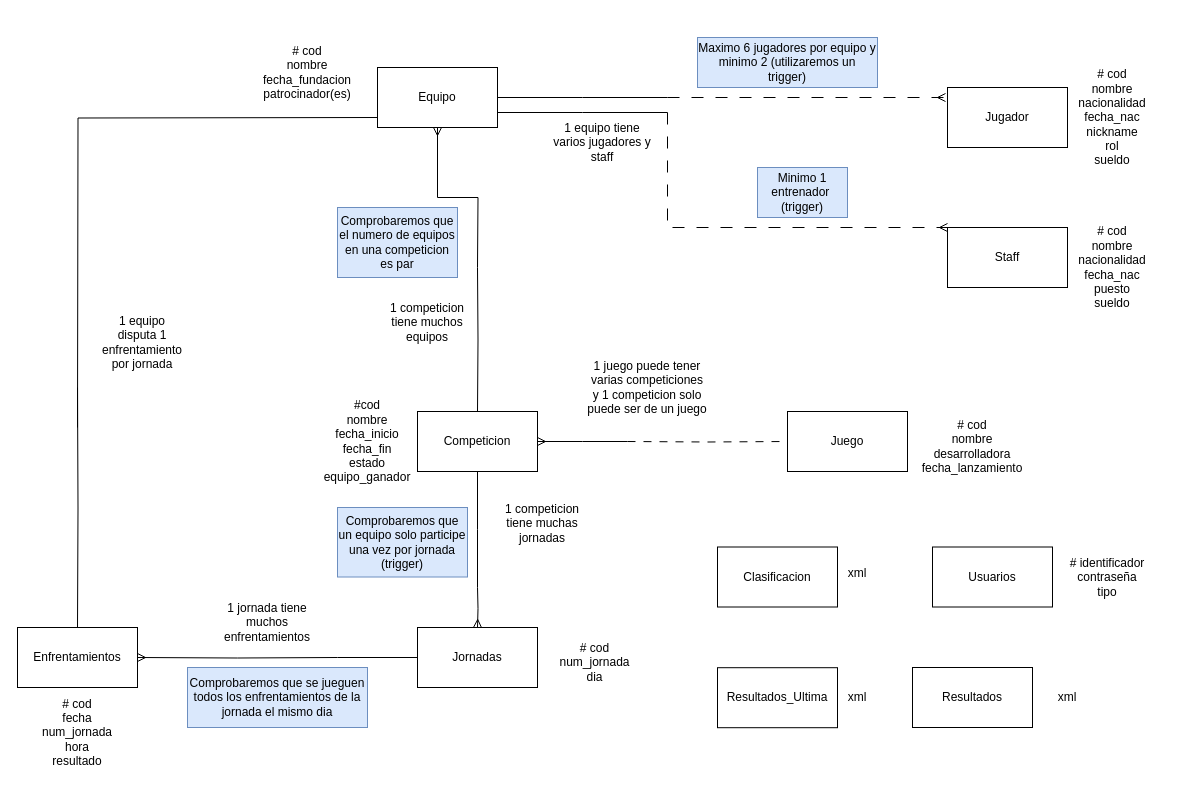
Before: Base de Datos/Fase 1/MER.drawio in ByteBrawl-Consulting/Consultoria-E-Sports, a draw.io diagram. Source tidied: cells renumbered, new cells numbered last; positions are measured from the earlier drawing's top-left corner, leaving out a move shared by most shapes. Both pictures are drawn from the tidied source at 100%, with x=0, y=0 at pixel (17, 27).
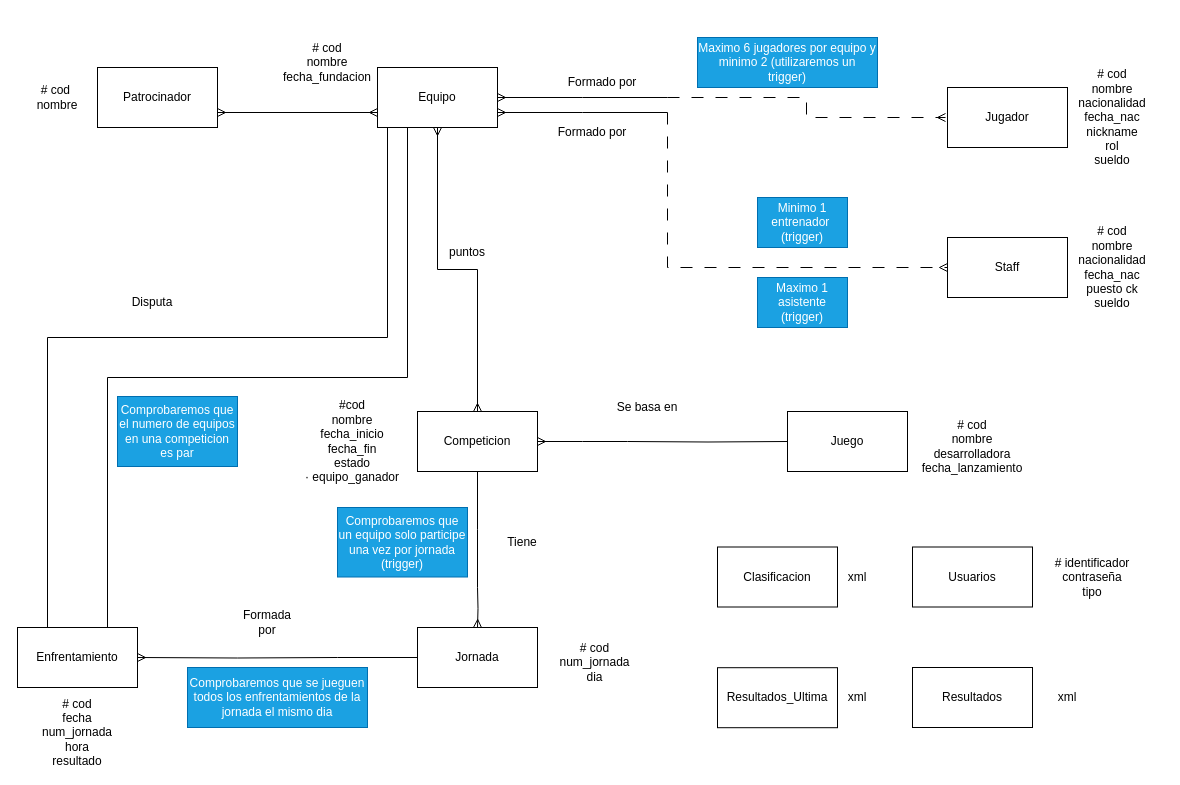
The same page after the edit.

The change refers to these unchanged cells:
```xml
<mxCell id="6" value="Equipo" style="rounded=0;whiteSpace=wrap;html=1;" parent="1" vertex="1">
  <mxGeometry x="360" y="40" width="120" height="60" as="geometry" />
</mxCell>
<mxCell id="13" value="Competicion" style="rounded=0;whiteSpace=wrap;html=1;" parent="1" vertex="1">
  <mxGeometry x="400" y="384" width="120" height="60" as="geometry" />
</mxCell>
<mxCell id="15" value="Juego" style="rounded=0;whiteSpace=wrap;html=1;" parent="1" vertex="1">
  <mxGeometry x="770" y="384" width="120" height="60" as="geometry" />
</mxCell>
```

What changed in the source:
```diff
@@
-    <mxCell id="2" style="edgeStyle=orthogonalEdgeStyle;rounded=0;jettySize=auto;html=1;exitX=1;exitY=0.5;exitDx=0;exitDy=0;endArrow=none;endFill=0;" parent="1" edge="1" source="6">
+    <mxCell id="2" style="edgeStyle=orthogonalEdgeStyle;rounded=0;jettySize=auto;html=1;exitX=1;exitY=0.5;exitDx=0;exitDy=0;endArrow=none;endFill=0;startArrow=ERmany;startFill=0;" parent="1" edge="1" source="6">
       <mxGeometry relative="1" as="geometry">
         <mxPoint x="650" y="70" as="targetPoint" />
       </mxGeometry>
     </mxCell>
-    <mxCell id="3" style="edgeStyle=orthogonalEdgeStyle;rounded=0;jettySize=auto;html=1;exitX=0.5;exitY=1;exitDx=0;exitDy=0;entryX=0.5;entryY=0;entryDx=0;entryDy=0;endArrow=none;endFill=0;startArrow=ERmany;startFill=0;" parent="1" edge="1" source="6">
-      <mxGeometry relative="1" as="geometry">
-        <mxPoint x="460" y="240" as="targetPoint" />
-      </mxGeometry>
-    </mxCell>
-    <mxCell id="4" style="edgeStyle=orthogonalEdgeStyle;rounded=0;orthogonalLoop=1;jettySize=auto;html=1;exitX=0;exitY=0.5;exitDx=0;exitDy=0;endArrow=none;endFill=0;startArrow=none;startFill=0;" parent="1" edge="1">
-      <mxGeometry relative="1" as="geometry">
-        <mxPoint x="360" y="90" as="sourcePoint" />
-        <mxPoint x="60" y="400" as="targetPoint" />
-      </mxGeometry>
-    </mxCell>
-    <mxCell id="5" style="edgeStyle=orthogonalEdgeStyle;rounded=0;jettySize=auto;html=1;exitX=1;exitY=0.75;exitDx=0;exitDy=0;endArrow=none;endFill=0;" parent="1" edge="1" source="6">
+    <mxCell id="5" style="edgeStyle=orthogonalEdgeStyle;rounded=0;jettySize=auto;html=1;exitX=1;exitY=0.75;exitDx=0;exitDy=0;endArrow=none;endFill=0;startArrow=ERmany;startFill=0;" parent="1" edge="1" source="6">
       <mxGeometry relative="1" as="geometry">
         <mxPoint x="650" y="85" as="targetPoint" />
       </mxGeometry>
     </mxCell>
+    <mxCell id="49" style="edgeStyle=orthogonalEdgeStyle;rounded=0;jettySize=auto;html=1;exitX=0;exitY=0.75;exitDx=0;exitDy=0;entryX=1;entryY=0.75;entryDx=0;entryDy=0;startArrow=ERmany;startFill=0;endArrow=ERmany;endFill=0;" parent="1" edge="1" source="6" target="54">
+      <mxGeometry relative="1" as="geometry" />
+    </mxCell>
+    <mxCell id="50" style="edgeStyle=orthogonalEdgeStyle;rounded=0;jettySize=auto;html=1;exitX=0.5;exitY=1;exitDx=0;exitDy=0;entryX=0.5;entryY=0;entryDx=0;entryDy=0;startArrow=ERmany;startFill=0;endArrow=ERmany;endFill=0;" parent="1" edge="1" source="6" target="13">
+      <mxGeometry relative="1" as="geometry" />
+    </mxCell>
+    <mxCell id="51" style="edgeStyle=orthogonalEdgeStyle;rounded=0;jettySize=auto;html=1;exitX=0.25;exitY=1;exitDx=0;exitDy=0;entryX=0.75;entryY=0;entryDx=0;entryDy=0;startArrow=none;startFill=0;endArrow=none;endFill=0;" parent="1" edge="1" source="6" target="17">
+      <mxGeometry relative="1" as="geometry" />
+    </mxCell>
+    <mxCell id="52" style="edgeStyle=orthogonalEdgeStyle;rounded=0;jettySize=auto;html=1;exitX=0;exitY=1;exitDx=0;exitDy=0;entryX=0.25;entryY=0;entryDx=0;entryDy=0;endArrow=none;endFill=0;" parent="1" edge="1" source="6" target="17">
+      <mxGeometry relative="1" as="geometry">
+        <Array as="points">
+          <mxPoint x="370" y="100" />
+          <mxPoint x="370" y="310" />
+          <mxPoint x="30" y="310" />
+        </Array>
+      </mxGeometry>
+    </mxCell>
@@
-    <mxCell id="8" style="edgeStyle=orthogonalEdgeStyle;rounded=0;jettySize=auto;html=1;entryX=0;entryY=0;entryDx=0;entryDy=0;endArrow=ERmany;endFill=0;dashed=1;dashPattern=12 12;" parent="1" edge="1" target="10">
+    <mxCell id="8" style="edgeStyle=orthogonalEdgeStyle;rounded=0;jettySize=auto;html=1;entryX=0;entryY=0.5;entryDx=0;entryDy=0;endArrow=ERmany;endFill=0;dashed=1;dashPattern=12 12;" parent="1" edge="1" target="10">
       <mxGeometry relative="1" as="geometry">
         <mxPoint x="650" y="85" as="sourcePoint" />
         <Array as="points">
-          <mxPoint x="650" y="85" />
-          <mxPoint x="650" y="200" />
+          <mxPoint x="650" y="240" />
         </Array>
       </mxGeometry>
     </mxCell>
     <mxCell id="9" style="edgeStyle=orthogonalEdgeStyle;rounded=0;orthogonalLoop=1;jettySize=auto;html=1;endArrow=ERmany;endFill=0;dashed=1;dashPattern=12 12;startArrow=none;startFill=0;" parent="1" edge="1">
       <mxGeometry relative="1" as="geometry">
         <mxPoint x="650" y="70" as="sourcePoint" />
-        <mxPoint x="928" y="70" as="targetPoint" />
+        <mxPoint x="928" y="90" as="targetPoint" />
         <Array as="points">
-          <mxPoint x="790" y="70" />
-          <mxPoint x="790" y="70" />
+          <mxPoint x="789" y="70" />
+          <mxPoint x="789" y="90" />
+          <mxPoint x="928" y="90" />
         </Array>
       </mxGeometry>
     </mxCell>
     <mxCell id="10" value="Staff" style="rounded=0;whiteSpace=wrap;html=1;" parent="1" vertex="1">
-      <mxGeometry x="930" y="200" width="120" height="60" as="geometry" />
+      <mxGeometry x="930" y="210" width="120" height="60" as="geometry" />
     </mxCell>
@@
-    <mxCell id="14" style="edgeStyle=orthogonalEdgeStyle;rounded=0;jettySize=auto;html=1;entryX=0.5;entryY=0;entryDx=0;entryDy=0;endArrow=none;endFill=0;" parent="1" edge="1" target="13">
-      <mxGeometry relative="1" as="geometry">
-        <mxPoint x="460" y="240" as="sourcePoint" />
-      </mxGeometry>
-    </mxCell>
@@
-    <mxCell id="16" style="edgeStyle=orthogonalEdgeStyle;rounded=0;jettySize=auto;html=1;entryX=0;entryY=0.5;entryDx=0;entryDy=0;dashed=1;dashPattern=8 8;endArrow=none;endFill=0;" parent="1" edge="1" target="15">
+    <mxCell id="16" style="edgeStyle=orthogonalEdgeStyle;rounded=0;jettySize=auto;html=1;entryX=0;entryY=0.5;entryDx=0;entryDy=0;endArrow=none;endFill=0;" parent="1" edge="1" target="15">
       <mxGeometry relative="1" as="geometry">
         <mxPoint x="610" y="414" as="sourcePoint" />
       </mxGeometry>
     </mxCell>
-    <mxCell id="17" value="Enfrentamientos" style="rounded=0;whiteSpace=wrap;html=1;" parent="1" vertex="1">
+    <mxCell id="17" value="Enfrentamiento" style="rounded=0;whiteSpace=wrap;html=1;" parent="1" vertex="1">
       <mxGeometry y="600" width="120" height="60" as="geometry" />
     </mxCell>
@@
-    <mxCell id="20" value="Jornadas" style="rounded=0;whiteSpace=wrap;html=1;" parent="1" vertex="1">
+    <mxCell id="20" value="Jornada" style="rounded=0;whiteSpace=wrap;html=1;" parent="1" vertex="1">
       <mxGeometry x="400" y="600" width="120" height="60" as="geometry" />
     </mxCell>
@@
-    <mxCell id="22" style="edgeStyle=orthogonalEdgeStyle;rounded=0;jettySize=auto;html=1;exitX=0.5;exitY=1;exitDx=0;exitDy=0;entryX=0.5;entryY=0;entryDx=0;entryDy=0;endArrow=none;endFill=0;" parent="1" edge="1" target="17">
-      <mxGeometry relative="1" as="geometry">
-        <mxPoint x="60" y="360" as="sourcePoint" />
-      </mxGeometry>
-    </mxCell>
-    <mxCell id="23" value="1 jornada tiene muchos enfrentamientos" style="text;html=1;align=center;verticalAlign=middle;whiteSpace=wrap;rounded=0;" parent="1" vertex="1">
+    <mxCell id="23" value="Formada por" style="text;html=1;align=center;verticalAlign=middle;whiteSpace=wrap;rounded=0;" parent="1" vertex="1">
       <mxGeometry x="220" y="580" width="60" height="30" as="geometry" />
     </mxCell>
-    <mxCell id="24" value="1 competicion tiene muchas jornadas" style="text;html=1;align=center;verticalAlign=middle;whiteSpace=wrap;rounded=0;" parent="1" vertex="1">
-      <mxGeometry x="480" y="460" width="90" height="71" as="geometry" />
+    <mxCell id="24" value="Tiene" style="text;html=1;align=center;verticalAlign=middle;whiteSpace=wrap;rounded=0;" parent="1" vertex="1">
+      <mxGeometry x="470" y="494.8" width="70" height="40" as="geometry" />
     </mxCell>
-    <mxCell id="25" value="1 juego puede tener varias competiciones&lt;div&gt;y 1 competicion solo puede ser de un juego&lt;/div&gt;" style="text;html=1;align=center;verticalAlign=middle;whiteSpace=wrap;rounded=0;" parent="1" vertex="1">
-      <mxGeometry x="560" y="320" width="140" height="80" as="geometry" />
+    <mxCell id="25" value="Se basa en" style="text;html=1;align=center;verticalAlign=middle;whiteSpace=wrap;rounded=0;" parent="1" vertex="1">
+      <mxGeometry x="560" y="360" width="140" height="40" as="geometry" />
     </mxCell>
-    <mxCell id="26" value="1 equipo tiene varios jugadores y staff" style="text;html=1;align=center;verticalAlign=middle;whiteSpace=wrap;rounded=0;" parent="1" vertex="1">
-      <mxGeometry x="530" y="90" width="110" height="50" as="geometry" />
+    <mxCell id="26" value="Formado por" style="text;html=1;align=center;verticalAlign=middle;whiteSpace=wrap;rounded=0;" parent="1" vertex="1">
+      <mxGeometry x="520" y="80" width="110" height="50" as="geometry" />
     </mxCell>
-    <mxCell id="27" value="1 equipo disputa 1 enfrentamiento por jornada" style="text;html=1;align=center;verticalAlign=middle;whiteSpace=wrap;rounded=0;" parent="1" vertex="1">
-      <mxGeometry x="80" y="280" width="90" height="70" as="geometry" />
+    <mxCell id="27" value="Disputa" style="text;html=1;align=center;verticalAlign=middle;whiteSpace=wrap;rounded=0;" parent="1" vertex="1">
+      <mxGeometry x="90" y="240" width="90" height="70" as="geometry" />
     </mxCell>
-    <mxCell id="28" value="1 competicion tiene muchos equipos" style="text;html=1;align=center;verticalAlign=middle;whiteSpace=wrap;rounded=0;" parent="1" vertex="1">
-      <mxGeometry x="370" y="260" width="80" height="70" as="geometry" />
-    </mxCell>
-    <mxCell id="29" value="Maximo 6 jugadores por equipo y minimo 2 (utilizaremos un trigger)" style="text;html=1;align=center;verticalAlign=middle;whiteSpace=wrap;rounded=0;fillColor=#dae8fc;strokeColor=#6c8ebf;" parent="1" vertex="1">
+    <mxCell id="29" value="Maximo 6 jugadores por equipo y minimo 2 (utilizaremos un trigger)" style="text;html=1;align=center;verticalAlign=middle;whiteSpace=wrap;rounded=0;fillColor=#1ba1e2;strokeColor=#006EAF;fontColor=#ffffff;" parent="1" vertex="1">
       <mxGeometry x="680" y="10" width="180" height="50" as="geometry" />
     </mxCell>
-    <mxCell id="30" value="Comprobaremos que un equipo solo participe una vez por jornada (trigger)" style="text;html=1;align=center;verticalAlign=middle;whiteSpace=wrap;rounded=0;fillColor=#dae8fc;strokeColor=#6c8ebf;" parent="1" vertex="1">
+    <mxCell id="30" value="Comprobaremos que un equipo solo participe una vez por jornada (trigger)" style="text;html=1;align=center;verticalAlign=middle;whiteSpace=wrap;rounded=0;fillColor=#1ba1e2;strokeColor=#006EAF;fontColor=#ffffff;" parent="1" vertex="1">
       <mxGeometry x="320" y="480" width="130" height="69.5" as="geometry" />
     </mxCell>
-    <mxCell id="31" value="Minimo 1 entrenador&amp;nbsp; (trigger)" style="text;html=1;align=center;verticalAlign=middle;whiteSpace=wrap;rounded=0;fillColor=#dae8fc;strokeColor=#6c8ebf;" parent="1" vertex="1">
-      <mxGeometry x="740" y="140" width="90" height="50" as="geometry" />
+    <mxCell id="31" value="Minimo 1 entrenador&amp;nbsp; (trigger)" style="text;html=1;align=center;verticalAlign=middle;whiteSpace=wrap;rounded=0;fillColor=#1ba1e2;strokeColor=#006EAF;fontColor=#ffffff;" parent="1" vertex="1">
+      <mxGeometry x="740" y="170" width="90" height="50" as="geometry" />
     </mxCell>
-    <mxCell id="32" value="Comprobaremos que se jueguen todos los enfrentamientos de la jornada el mismo dia" style="text;html=1;align=center;verticalAlign=middle;whiteSpace=wrap;rounded=0;fillColor=#dae8fc;strokeColor=#6c8ebf;" parent="1" vertex="1">
+    <mxCell id="32" value="Comprobaremos que se jueguen todos los enfrentamientos de la jornada el mismo dia" style="text;html=1;align=center;verticalAlign=middle;whiteSpace=wrap;rounded=0;fillColor=#1ba1e2;strokeColor=#006EAF;fontColor=#ffffff;" parent="1" vertex="1">
       <mxGeometry x="170" y="640" width="180" height="60" as="geometry" />
     </mxCell>
-    <mxCell id="33" value="Comprobaremos que el numero de equipos en una competicion es par" style="text;html=1;align=center;verticalAlign=middle;whiteSpace=wrap;rounded=0;fillColor=#dae8fc;strokeColor=#6c8ebf;" parent="1" vertex="1">
-      <mxGeometry x="320" y="180" width="120" height="70" as="geometry" />
+    <mxCell id="33" value="Comprobaremos que el numero de equipos en una competicion es par" style="text;html=1;align=center;verticalAlign=middle;whiteSpace=wrap;rounded=0;fillColor=#1ba1e2;strokeColor=#006EAF;fontColor=#ffffff;" parent="1" vertex="1">
+      <mxGeometry x="100" y="369" width="120" height="70" as="geometry" />
     </mxCell>
@@
-    <mxCell id="37" value="# cod&lt;div&gt;nombre&lt;/div&gt;&lt;div&gt;fecha_fundacion&lt;/div&gt;&lt;div&gt;patrocinador(es)&lt;/div&gt;" style="text;html=1;align=center;verticalAlign=middle;whiteSpace=wrap;rounded=0;" parent="1" vertex="1">
-      <mxGeometry x="240" width="100" height="90" as="geometry" />
+    <mxCell id="37" value="# cod&lt;div&gt;nombre&lt;/div&gt;&lt;div&gt;fecha_fundacion&lt;/div&gt;" style="text;html=1;align=center;verticalAlign=middle;whiteSpace=wrap;rounded=0;" parent="1" vertex="1">
+      <mxGeometry x="260" y="-10" width="100" height="90" as="geometry" />
     </mxCell>
@@
-    <mxCell id="39" value="# cod&lt;div&gt;nombre&lt;/div&gt;&lt;div&gt;nacionalidad&lt;/div&gt;&lt;div&gt;fecha_nac&lt;/div&gt;&lt;div&gt;puesto&lt;/div&gt;&lt;div&gt;sueldo&lt;/div&gt;" style="text;html=1;align=center;verticalAlign=middle;whiteSpace=wrap;rounded=0;" parent="1" vertex="1">
+    <mxCell id="39" value="# cod&lt;div&gt;nombre&lt;/div&gt;&lt;div&gt;nacionalidad&lt;/div&gt;&lt;div&gt;fecha_nac&lt;/div&gt;&lt;div&gt;puesto ck&lt;/div&gt;&lt;div&gt;sueldo&lt;/div&gt;" style="text;html=1;align=center;verticalAlign=middle;whiteSpace=wrap;rounded=0;" parent="1" vertex="1">
       <mxGeometry x="1045" y="200" width="100" height="80" as="geometry" />
     </mxCell>
-    <mxCell id="40" value="#cod&lt;div&gt;nombre&lt;/div&gt;&lt;div&gt;fecha_inicio&lt;/div&gt;&lt;div&gt;fecha_fin&lt;/div&gt;&lt;div&gt;estado&lt;/div&gt;&lt;div&gt;equipo_ganador&lt;/div&gt;" style="text;html=1;align=center;verticalAlign=middle;whiteSpace=wrap;rounded=0;" parent="1" vertex="1">
-      <mxGeometry x="310" y="364" width="80" height="100" as="geometry" />
+    <mxCell id="40" value="#cod&lt;div&gt;nombre&lt;/div&gt;&lt;div&gt;fecha_inicio&lt;/div&gt;&lt;div&gt;fecha_fin&lt;/div&gt;&lt;div&gt;estado&lt;/div&gt;&lt;div&gt;· equipo_ganador&lt;/div&gt;" style="text;html=1;align=center;verticalAlign=middle;whiteSpace=wrap;rounded=0;" parent="1" vertex="1">
+      <mxGeometry x="280" y="364" width="110" height="100" as="geometry" />
     </mxCell>
     <mxCell id="41" value="Usuarios" style="rounded=0;whiteSpace=wrap;html=1;" parent="1" vertex="1">
-      <mxGeometry x="915" y="519.5" width="120" height="60" as="geometry" />
+      <mxGeometry x="895" y="519.5" width="120" height="60" as="geometry" />
     </mxCell>
     <mxCell id="42" value="# identificador&lt;div&gt;contraseña&lt;br&gt;&lt;div&gt;tipo&lt;/div&gt;&lt;/div&gt;" style="text;html=1;align=center;verticalAlign=middle;whiteSpace=wrap;rounded=0;" parent="1" vertex="1">
-      <mxGeometry x="1035" y="509.5" width="110" height="80.5" as="geometry" />
+      <mxGeometry x="1020" y="509.5" width="110" height="80.5" as="geometry" />
     </mxCell>
@@
     <mxCell id="48" value="xml" style="text;html=1;align=center;verticalAlign=middle;whiteSpace=wrap;rounded=0;" parent="1" vertex="1">
-      <mxGeometry x="810" y="531" width="60" height="30" as="geometry" />
+      <mxGeometry x="820" y="534.5" width="40" height="30" as="geometry" />
     </mxCell>
+    <mxCell id="53" value="Formado por" style="text;html=1;align=center;verticalAlign=middle;whiteSpace=wrap;rounded=0;" parent="1" vertex="1">
+      <mxGeometry x="530" y="30" width="110" height="50" as="geometry" />
+    </mxCell>
+    <mxCell id="54" value="Patrocinador" style="rounded=0;whiteSpace=wrap;html=1;" parent="1" vertex="1">
+      <mxGeometry x="80" y="40" width="120" height="60" as="geometry" />
+    </mxCell>
+    <mxCell id="55" value="# cod&amp;nbsp;&lt;div&gt;nombre&lt;/div&gt;" style="text;html=1;align=center;verticalAlign=middle;whiteSpace=wrap;rounded=0;" parent="1" vertex="1">
+      <mxGeometry x="10" y="55" width="60" height="30" as="geometry" />
+    </mxCell>
+    <mxCell id="56" value="Maximo 1 asistente&lt;div&gt;(trigger)&lt;/div&gt;" style="text;html=1;align=center;verticalAlign=middle;whiteSpace=wrap;rounded=0;fillColor=#1ba1e2;fontColor=#ffffff;strokeColor=#006EAF;" parent="1" vertex="1">
+      <mxGeometry x="740" y="250" width="90" height="50" as="geometry" />
+    </mxCell>
+    <mxCell id="57" value="puntos" style="text;html=1;align=center;verticalAlign=middle;whiteSpace=wrap;rounded=0;" parent="1" vertex="1">
+      <mxGeometry x="420" y="210" width="60" height="30" as="geometry" />
+    </mxCell>
```
